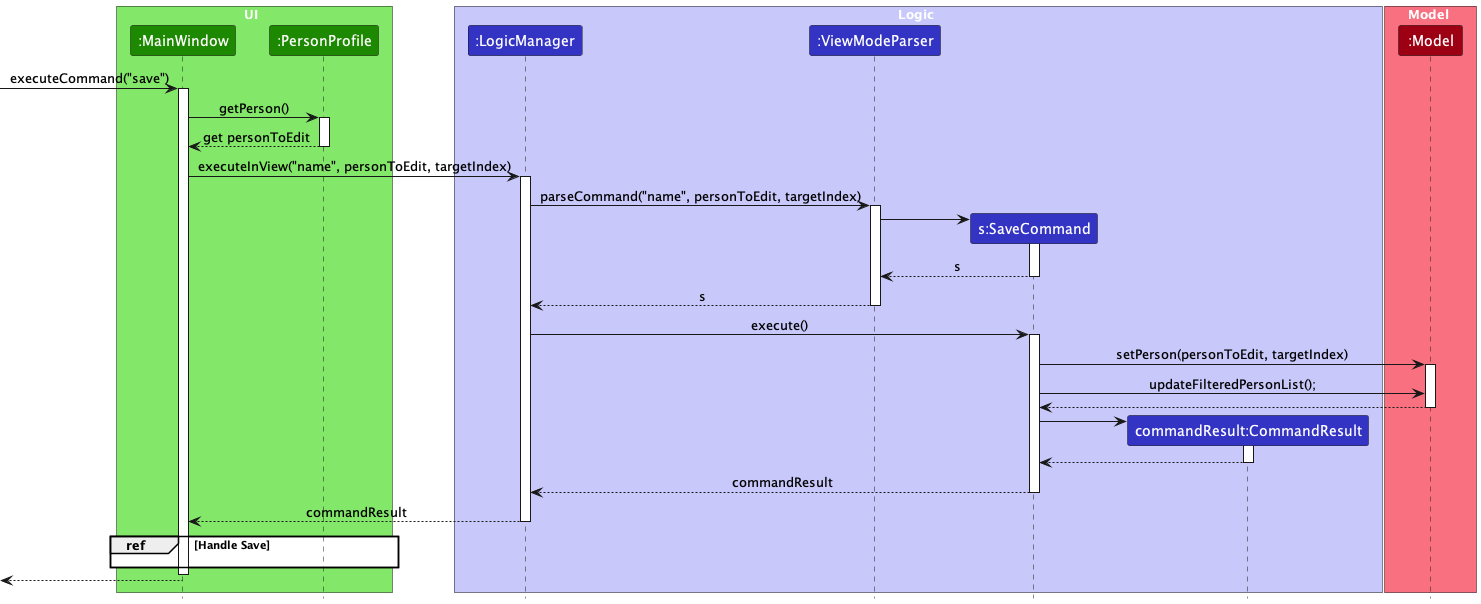
Earlier version of the PlantUML export docs/images/SaveSequenceDiagram.png (nus-cs2103-AY2324S1/tp).
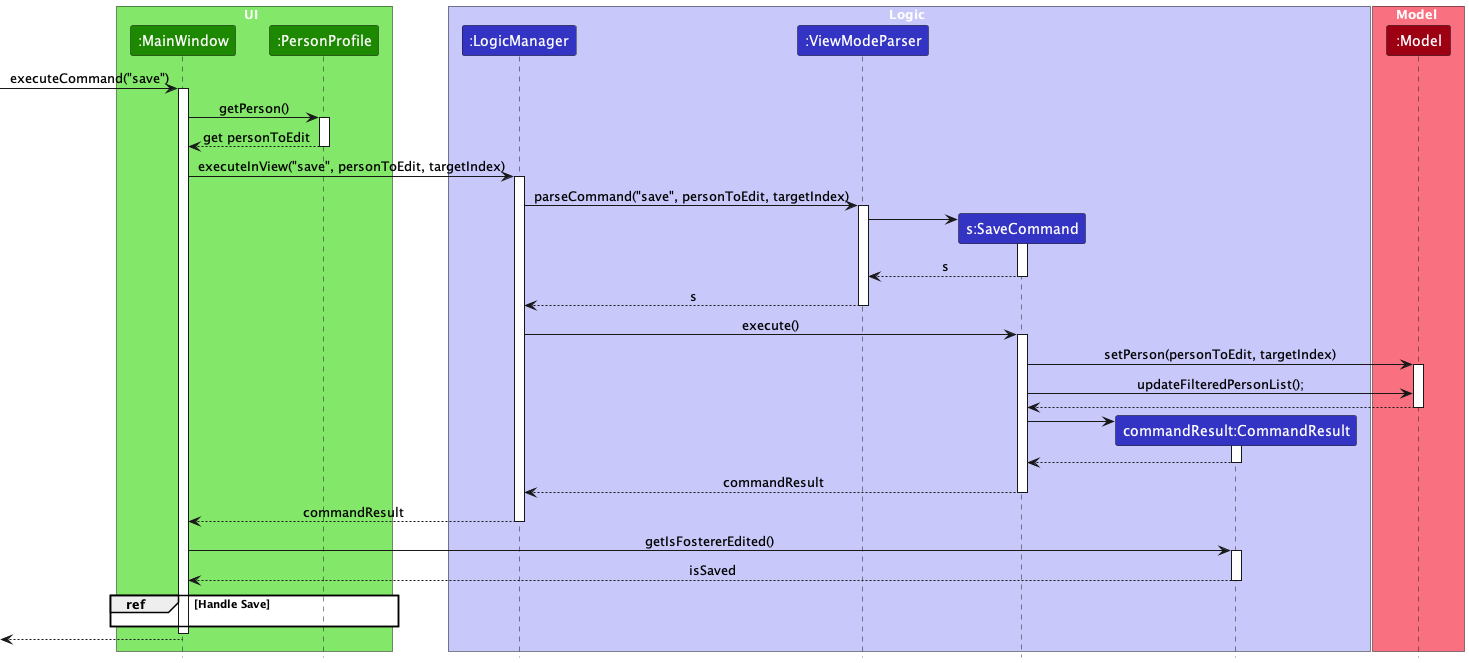
Later version of the same file.

The edit, as a diff of the source:
```diff
@@ -27,10 +27,10 @@
 PersonProfile --> MainWindow : get personToEdit
 deactivate PersonProfile
 
-MainWindow -> LogicManager : executeInView("name", personToEdit, targetIndex)
+MainWindow -> LogicManager : executeInView("save", personToEdit, targetIndex)
 activate LogicManager
 
-LogicManager -> ViewModeParser : parseCommand("name", personToEdit, targetIndex)
+LogicManager -> ViewModeParser : parseCommand("save", personToEdit, targetIndex)
 activate ViewModeParser
 
 create SaveCommand
@@ -68,6 +68,12 @@
 LogicManager --> MainWindow : commandResult
 deactivate LogicManager
 
+MainWindow -> CommandResult : getIsFostererEdited()
+activate CommandResult
+
+CommandResult --> MainWindow : isSaved
+deactivate CommandResult
+
 group ref [Handle Save]
     MainWindow -[hidden]-> PersonProfile
 end
```
